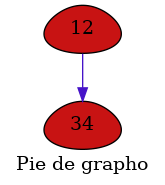
Earlier version of the Graphviz export data.png (UnsisWorks/GraphGenerator). Its source is kept beside it as data.dot.
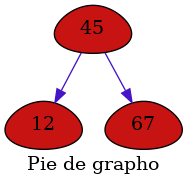
After the change.

Change to the diagram source:
```diff
@@ -6,9 +6,11 @@
 	subgraph tsubgraph1 {
 		edge[dir = "normal" color = "#4613c8"]
 		fila0[label = "12" group=1]
-		fila1[label = "34" group=1]
+		fila1[label = "45" group=1]
+		fila2[label = "67" group=1]
 
-		fila0 -> fila1
+		fila1 -> fila2
+		fila1 -> fila0
 
 	}
 }
```
